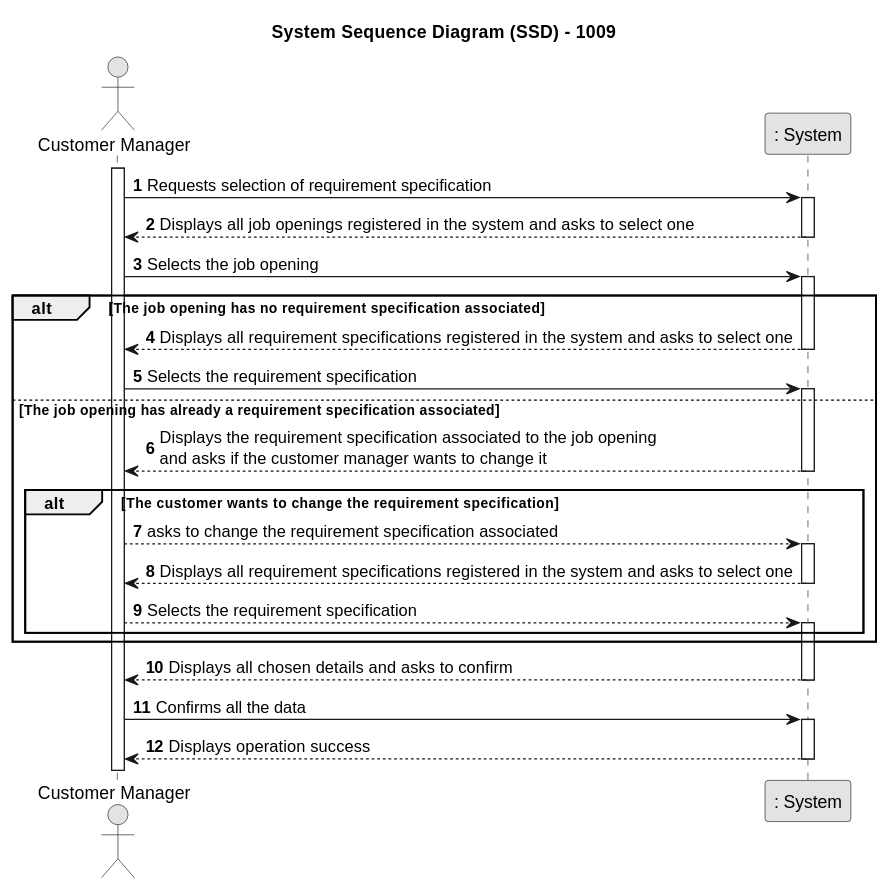
Before: docs/SprintB/1001/1001-system-sequence-diagram.svg, a diagram exported from PlantUML (MiguelCardoso77/LAPR4). Source of this version:
```plantuml
@startuml
skinparam monochrome true
skinparam packageStyle rectangle
skinparam shadowing false

title System Sequence Diagram (SSD) - 1009

autonumber

actor "Customer Manager" as CM
participant ": System" as System

activate CM

    CM -> System : Requests selection of requirement specification
    activate System

        System --> CM : Displays all job openings registered in the system and asks to select one
    deactivate System

    CM -> System : Selects the job opening
    activate System

    alt The job opening has no requirement specification associated

        System --> CM : Displays all requirement specifications registered in the system and asks to select one
    deactivate System

    CM -> System : Selects the requirement specification

    else The job opening has already a requirement specification associated

    activate System

        System --> CM : Displays the requirement specification associated to the job opening \nand asks if the customer manager wants to change it

    alt The customer wants to change the requirement specification

    deactivate System

    CM --> System : asks to change the requirement specification associated

    activate System

        System --> CM : Displays all requirement specifications registered in the system and asks to select one
    deactivate System

    CM --> System : Selects the requirement specification

    activate System

    end

    end
        System --> CM : Displays all chosen details and asks to confirm
    deactivate System

    CM -> System : Confirms all the data
    activate System

        System --> CM : Displays operation success
    deactivate System
@enduml
```
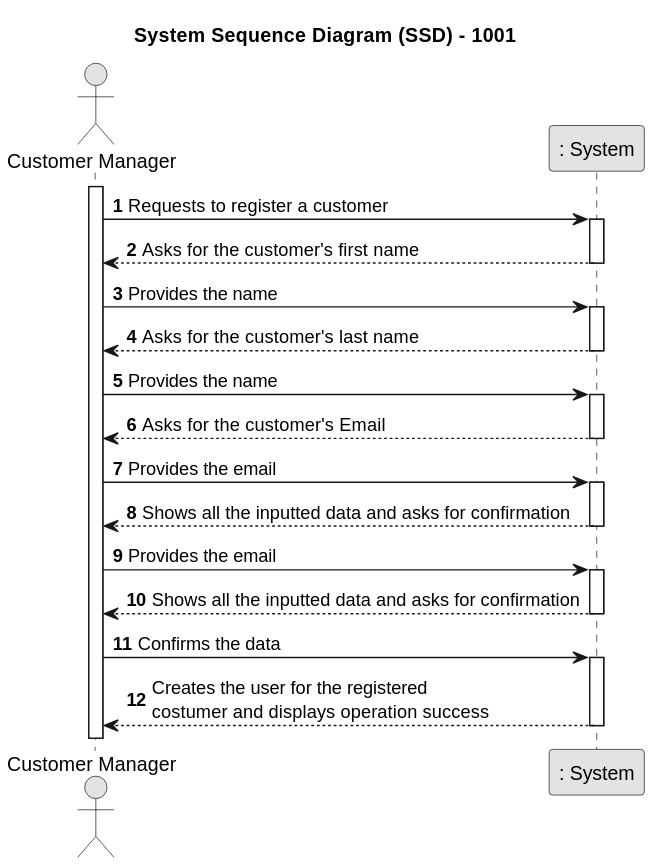
After the commit.

Commit message:
Adding the system sequence diagram #9

Change to the diagram source:
```diff
@@ -3,7 +3,7 @@
 skinparam packageStyle rectangle
 skinparam shadowing false
 
-title System Sequence Diagram (SSD) - 1009
+title System Sequence Diagram (SSD) - 1001
 
 autonumber
 
@@ -12,52 +12,39 @@
 
 activate CM
 
-    CM -> System : Requests selection of requirement specification
+    CM -> System : Requests to register a customer
     activate System
 
-        System --> CM : Displays all job openings registered in the system and asks to select one
+        System --> CM : Asks for the customer's first name
     deactivate System
 
-    CM -> System : Selects the job opening
+    CM -> System : Provides the name
     activate System
 
-    alt The job opening has no requirement specification associated
-
-        System --> CM : Displays all requirement specifications registered in the system and asks to select one
+        System --> CM : Asks for the customer's last name
     deactivate System
 
-    CM -> System : Selects the requirement specification
-
-    else The job opening has already a requirement specification associated
-
+    CM -> System : Provides the name
     activate System
 
-        System --> CM : Displays the requirement specification associated to the job opening \nand asks if the customer manager wants to change it
-
-    alt The customer wants to change the requirement specification
-
+        System --> CM : Asks for the customer's Email
     deactivate System
 
-    CM --> System : asks to change the requirement specification associated
-
+    CM -> System : Provides the email
     activate System
 
-        System --> CM : Displays all requirement specifications registered in the system and asks to select one
+        System --> CM : Shows all the inputted data and asks for confirmation
     deactivate System
 
-    CM --> System : Selects the requirement specification
-
+    CM -> System : Provides the email
     activate System
 
-    end
-
-    end
-        System --> CM : Displays all chosen details and asks to confirm
+         System --> CM : Shows all the inputted data and asks for confirmation
     deactivate System
 
-    CM -> System : Confirms all the data
+    CM -> System : Confirms the data
     activate System
 
-        System --> CM : Displays operation success
+         System --> CM : Creates the user for the registered \ncostumer and displays operation success
     deactivate System
 @enduml
```
